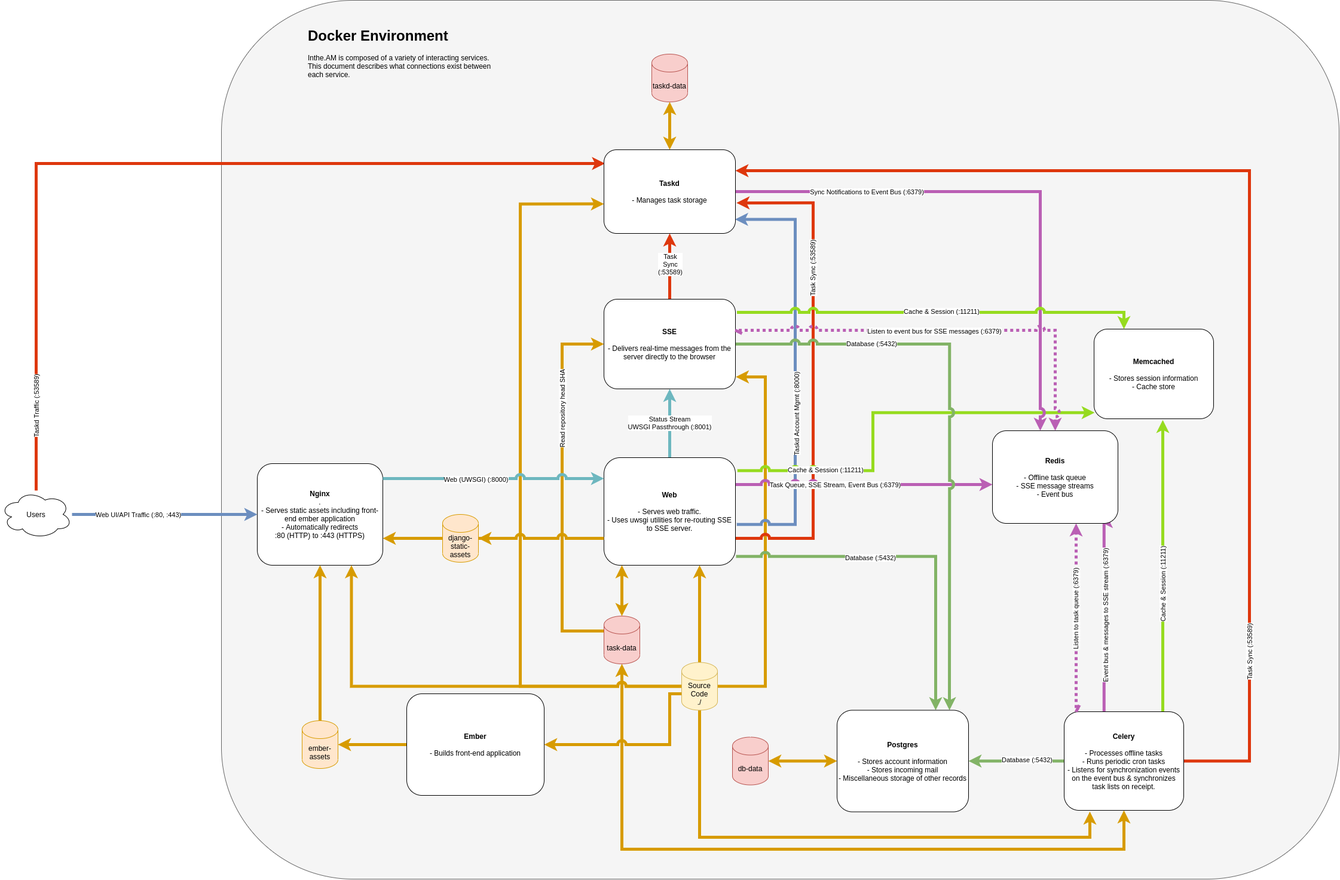
coddingtonbear/inthe.am keeps this draw.io diagram as docs/development/docker_diagram.png. Above is the earlier version. Source tidied: cells renumbered, new cells last; positions are measured from the earlier drawing's top-left corner, leaving out a move shared by most shapes.
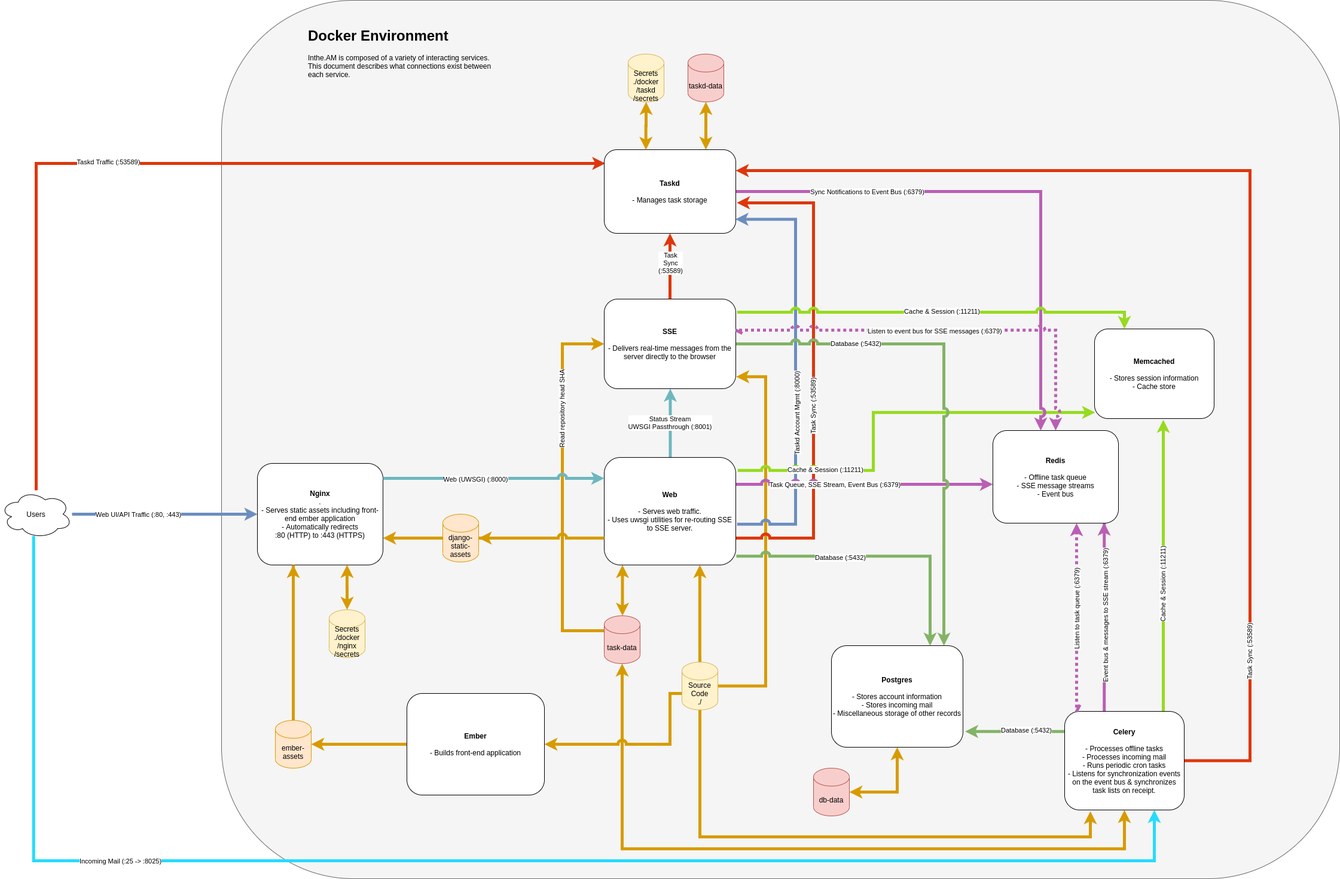
The same diagram one commit later.

Commit message:
Adding management command for receiving/processing incoming mail.

Diff of the diagram source:
```diff
@@ -36,7 +36,7 @@
     </mxCell>
     <mxCell id="7" value="Task Sync (:53589)" style="edgeLabel;html=1;align=center;verticalAlign=middle;horizontal=0;" parent="6" vertex="1">
       <mxGeometry x="-0.26" y="-4" relative="1" as="geometry">
-        <mxPoint x="4" y="-64.7" as="offset" />
+        <mxPoint x="4" y="164.6" as="offset" />
       </mxGeometry>
     </mxCell>
     <mxCell id="8" style="edgeStyle=orthogonalEdgeStyle;rounded=0;sketch=0;jettySize=auto;html=1;entryX=0.5;entryY=1;entryDx=0;entryDy=0;entryPerimeter=0;shadow=0;startArrow=classic;startFill=1;endArrow=classic;endFill=1;strokeWidth=5;fillColor=#ffe6cc;strokeColor=#d79b00;exitX=0.5;exitY=1;exitDx=0;exitDy=0;jumpStyle=arc;" parent="1" edge="1" source="49" target="35">
@@ -97,11 +97,24 @@
         </Array>
       </mxGeometry>
     </mxCell>
-    <mxCell id="17" value="Taskd Traffic (:53589)" style="edgeLabel;html=1;align=center;verticalAlign=middle;horizontal=0;" parent="16" vertex="1">
+    <mxCell id="17" value="Taskd Traffic (:53589)" style="edgeLabel;html=1;align=center;verticalAlign=middle;horizontal=1;rotation=0;" parent="16" vertex="1">
       <mxGeometry x="-0.31" y="-275" relative="1" as="geometry">
-        <mxPoint x="-275.1" y="376.4" as="offset" />
+        <mxPoint x="-155" y="-33.5" as="offset" />
       </mxGeometry>
     </mxCell>
+    <mxCell id="73" style="edgeStyle=orthogonalEdgeStyle;rounded=0;sketch=0;jettySize=auto;html=1;entryX=0.75;entryY=1;entryDx=0;entryDy=0;shadow=0;startArrow=none;startFill=0;endFill=1;strokeWidth=5;fillColor=#ffe6cc;exitX=0.465;exitY=0.957;exitDx=0;exitDy=0;exitPerimeter=0;strokeColor=#26DBFF;" parent="1" edge="1" source="18" target="49">
+      <mxGeometry relative="1" as="geometry">
+        <Array as="points">
+          <mxPoint x="56" y="1440" />
+          <mxPoint x="1930" y="1440" />
+        </Array>
+      </mxGeometry>
+    </mxCell>
+    <mxCell id="74" value="Incoming Mail (:25 -&amp;gt; :8025)" style="edgeLabel;html=1;align=center;verticalAlign=middle;rotation=0;" parent="73" vertex="1">
+      <mxGeometry x="-0.83" y="5" relative="1" as="geometry">
+        <mxPoint x="139.2" y="328.1" as="offset" />
+      </mxGeometry>
+    </mxCell>
     <mxCell id="18" value="Users" style="ellipse;shape=cloud;whiteSpace=wrap;html=1;" parent="1" vertex="1">
       <mxGeometry y="820" width="120" height="80" as="geometry" />
     </mxCell>
@@ -191,17 +204,6 @@
         </Array>
       </mxGeometry>
     </mxCell>
-    <mxCell id="37" style="edgeStyle=orthogonalEdgeStyle;rounded=0;sketch=0;jumpStyle=arc;jettySize=auto;html=1;entryX=0.75;entryY=1;entryDx=0;entryDy=0;shadow=0;startFill=0;endFill=1;strokeColor=#d79b00;strokeWidth=5;fillColor=#ffe6cc;" parent="1" edge="1" source="39" target="13">
-      <mxGeometry relative="1" as="geometry" />
-    </mxCell>
-    <mxCell id="38" style="edgeStyle=orthogonalEdgeStyle;rounded=0;sketch=0;jumpStyle=arc;jettySize=auto;html=1;entryX=0;entryY=0.647;entryDx=0;entryDy=0;entryPerimeter=0;shadow=0;startFill=0;endFill=1;strokeColor=#d79b00;strokeWidth=5;fillColor=#ffe6cc;" parent="1" edge="1" source="39" target="59">
-      <mxGeometry relative="1" as="geometry">
-        <Array as="points">
-          <mxPoint x="870" y="1148" />
-          <mxPoint x="870" y="341" />
-        </Array>
-      </mxGeometry>
-    </mxCell>
     <mxCell id="39" value="Source Code&lt;br&gt;./" style="shape=cylinder3;whiteSpace=wrap;html=1;boundedLbl=1;backgroundOutline=1;size=15;strokeColor=#d6b656;fillColor=#fff2cc;" parent="1" vertex="1">
       <mxGeometry x="1140" y="1107.5" width="60" height="80" as="geometry" />
     </mxCell>
@@ -221,7 +223,7 @@
         <mxPoint x="2" y="-47.2" as="offset" />
       </mxGeometry>
     </mxCell>
-    <mxCell id="43" style="edgeStyle=orthogonalEdgeStyle;rounded=0;sketch=0;jettySize=auto;html=1;entryX=1;entryY=0.5;entryDx=0;entryDy=0;shadow=0;startArrow=none;startFill=0;endArrow=classic;endFill=1;strokeWidth=5;fillColor=#d5e8d4;strokeColor=#82b366;exitX=0;exitY=0.5;exitDx=0;exitDy=0;" parent="1" edge="1" source="49" target="54">
+    <mxCell id="43" style="edgeStyle=orthogonalEdgeStyle;rounded=0;sketch=0;jettySize=auto;html=1;entryX=1.016;entryY=0.845;entryDx=0;entryDy=0;shadow=0;startArrow=none;startFill=0;endArrow=classic;endFill=1;strokeWidth=5;fillColor=#d5e8d4;strokeColor=#82b366;exitX=0.002;exitY=0.204;exitDx=0;exitDy=0;exitPerimeter=0;entryPerimeter=0;" parent="1" edge="1" source="49" target="54">
       <mxGeometry relative="1" as="geometry" />
     </mxCell>
     <mxCell id="44" value="Database (:5432)" style="edgeLabel;html=1;align=center;verticalAlign=middle;horizontal=1;" parent="43" vertex="1">
@@ -250,7 +252,7 @@
         <mxPoint y="32" as="offset" />
       </mxGeometry>
     </mxCell>
-    <mxCell id="49" value="&lt;b&gt;Celery&lt;/b&gt;&lt;br&gt;&lt;br&gt;- Processes offline tasks&lt;br&gt;- Runs periodic cron tasks&lt;br&gt;- Listens for synchronization events on the event bus &amp;amp; synchronizes task lists on receipt." style="rounded=1;whiteSpace=wrap;html=1;strokeColor=#000000;" parent="1" vertex="1">
+    <mxCell id="49" value="&lt;b&gt;Celery&lt;/b&gt;&lt;br&gt;&lt;br&gt;- Processes offline tasks&lt;br&gt;- Processes incoming mail&lt;br&gt;- Runs periodic cron tasks&lt;br&gt;- Listens for synchronization events on the event bus &amp;amp; synchronizes task lists on receipt." style="rounded=1;whiteSpace=wrap;html=1;strokeColor=#000000;" parent="1" vertex="1">
       <mxGeometry x="1780" y="1190" width="200" height="165" as="geometry" />
     </mxCell>
     <mxCell id="50" style="edgeStyle=elbowEdgeStyle;rounded=0;jettySize=auto;html=1;startArrow=classic;startFill=1;endArrow=openAsync;endFill=0;strokeWidth=5;fillColor=#d0cee2;strokeColor=#BA5FB4;shadow=0;sketch=0;dashed=1;dashPattern=1 1;" parent="1" edge="1" source="52" target="49">
@@ -274,13 +276,18 @@
       <mxGeometry relative="1" as="geometry" />
     </mxCell>
     <mxCell id="54" value="&lt;b&gt;Postgres&lt;/b&gt;&lt;br&gt;&lt;br&gt;- Stores account information&lt;br&gt;- Stores incoming mail&lt;br&gt;- Miscellaneous storage of other records" style="rounded=1;whiteSpace=wrap;html=1;strokeColor=#000000;" parent="1" vertex="1">
-      <mxGeometry x="1400" y="1187.5" width="220" height="170" as="geometry" />
+      <mxGeometry x="1390" y="1080" width="220" height="170" as="geometry" />
     </mxCell>
     <mxCell id="55" value="db-data" style="shape=cylinder3;whiteSpace=wrap;html=1;boundedLbl=1;backgroundOutline=1;size=15;strokeColor=#b85450;fillColor=#f8cecc;" parent="1" vertex="1">
-      <mxGeometry x="1225" y="1232.5" width="60" height="80" as="geometry" />
+      <mxGeometry x="1360" y="1285" width="60" height="80" as="geometry" />
     </mxCell>
     <mxCell id="56" style="edgeStyle=orthogonalEdgeStyle;rounded=0;sketch=0;jettySize=auto;html=1;shadow=0;startArrow=classic;startFill=1;endArrow=classic;endFill=1;strokeWidth=5;fillColor=#ffe6cc;strokeColor=#d79b00;" parent="1" edge="1" source="59" target="60">
-      <mxGeometry relative="1" as="geometry" />
+      <mxGeometry relative="1" as="geometry">
+        <Array as="points">
+          <mxPoint x="1180" y="220" />
+          <mxPoint x="1180" y="220" />
+        </Array>
+      </mxGeometry>
     </mxCell>
     <mxCell id="57" style="edgeStyle=orthogonalEdgeStyle;rounded=0;sketch=0;jettySize=auto;html=1;shadow=0;startArrow=none;startFill=0;endArrow=classic;endFill=1;strokeWidth=5;fillColor=#d0cee2;strokeColor=#BA5FB4;jumpStyle=arc;" parent="1" edge="1" source="59" target="52">
       <mxGeometry relative="1" as="geometry">
@@ -298,7 +305,7 @@
       <mxGeometry x="1010" y="250" width="220" height="140" as="geometry" />
     </mxCell>
     <mxCell id="60" value="taskd-data" style="shape=cylinder3;whiteSpace=wrap;html=1;boundedLbl=1;backgroundOutline=1;size=15;strokeColor=#b85450;fillColor=#f8cecc;" parent="1" vertex="1">
-      <mxGeometry x="1090" y="90" width="60" height="80" as="geometry" />
+      <mxGeometry x="1150" y="90" width="60" height="80" as="geometry" />
     </mxCell>
     <mxCell id="61" value="&lt;h1&gt;Docker Environment&lt;/h1&gt;&lt;p&gt;Inthe.AM is composed of a variety of interacting services.&amp;nbsp; This document describes what connections exist between each service.&lt;/p&gt;" style="text;html=1;strokeColor=none;fillColor=none;spacing=5;spacingTop=-20;whiteSpace=wrap;overflow=hidden;rounded=0;" parent="1" vertex="1">
       <mxGeometry x="510" y="40" width="320" height="120" as="geometry" />
@@ -309,11 +316,16 @@
     <mxCell id="63" value="&lt;b&gt;Ember&lt;/b&gt;&lt;br&gt;&lt;br&gt;- Builds front-end application" style="rounded=1;whiteSpace=wrap;html=1;" parent="1" vertex="1">
       <mxGeometry x="680" y="1160" width="230" height="170" as="geometry" />
     </mxCell>
-    <mxCell id="64" style="edgeStyle=orthogonalEdgeStyle;rounded=0;jettySize=auto;html=1;entryX=0.5;entryY=1;entryDx=0;entryDy=0;startArrow=none;startFill=0;endArrow=classic;endFill=1;strokeColor=#d79b00;strokeWidth=5;fillColor=#ffe6cc;" parent="1" edge="1" source="65" target="13">
-      <mxGeometry relative="1" as="geometry" />
+    <mxCell id="64" style="edgeStyle=orthogonalEdgeStyle;rounded=0;jettySize=auto;html=1;startArrow=none;startFill=0;endArrow=classic;endFill=1;strokeColor=#d79b00;strokeWidth=5;fillColor=#ffe6cc;" parent="1" edge="1" source="65">
+      <mxGeometry relative="1" as="geometry">
+        <mxPoint x="490" y="945" as="targetPoint" />
+        <Array as="points">
+          <mxPoint x="490" y="945" />
+        </Array>
+      </mxGeometry>
     </mxCell>
     <mxCell id="65" value="ember-assets" style="shape=cylinder3;whiteSpace=wrap;html=1;boundedLbl=1;backgroundOutline=1;size=15;strokeColor=#d79b00;fillColor=#ffe6cc;" parent="1" vertex="1">
-      <mxGeometry x="505" y="1205" width="60" height="80" as="geometry" />
+      <mxGeometry x="460" y="1205" width="60" height="80" as="geometry" />
     </mxCell>
     <mxCell id="66" style="edgeStyle=elbowEdgeStyle;rounded=0;sketch=0;jettySize=auto;html=1;shadow=0;startArrow=classic;startFill=1;endArrow=openAsync;endFill=0;strokeWidth=5;exitX=0.5;exitY=0;exitDx=0;exitDy=0;fillColor=#d0cee2;strokeColor=#BA5FB4;entryX=1;entryY=0.346;entryDx=0;entryDy=0;entryPerimeter=0;dashed=1;dashPattern=1 1;jumpStyle=arc;" parent="1" edge="1" source="52" target="34">
       <mxGeometry relative="1" as="geometry">
@@ -355,5 +367,17 @@
         <mxPoint x="28.3" as="offset" />
       </mxGeometry>
     </mxCell>
+    <mxCell id="75" style="edgeStyle=orthogonalEdgeStyle;rounded=0;jettySize=auto;html=1;shadow=0;strokeColor=#d79b00;strokeWidth=5;fillColor=#ffe6cc;endFill=1;startFill=1;startArrow=classic;sketch=0;entryX=0.317;entryY=0.002;entryDx=0;entryDy=0;entryPerimeter=0;" parent="1" edge="1" source="76" target="59">
+      <mxGeometry relative="1" as="geometry" />
+    </mxCell>
+    <mxCell id="76" value="Secrets&lt;br&gt;./docker&lt;br&gt;/taskd&lt;br&gt;/secrets" style="shape=cylinder3;whiteSpace=wrap;html=1;boundedLbl=1;backgroundOutline=1;size=15;fillColor=#fff2cc;strokeColor=#d6b656;" parent="1" vertex="1">
+      <mxGeometry x="1050" y="90" width="60" height="80" as="geometry" />
+    </mxCell>
+    <mxCell id="77" style="edgeStyle=orthogonalEdgeStyle;rounded=0;sketch=0;jettySize=auto;html=1;entryX=0.714;entryY=0.999;entryDx=0;entryDy=0;entryPerimeter=0;shadow=0;startArrow=classic;startFill=1;endFill=1;strokeColor=#d79b00;strokeWidth=5;fillColor=#ffe6cc;" parent="1" edge="1" source="78" target="13">
+      <mxGeometry relative="1" as="geometry" />
+    </mxCell>
+    <mxCell id="78" value="Secrets&lt;br&gt;./docker&lt;br&gt;/nginx&lt;br&gt;/secrets" style="shape=cylinder3;whiteSpace=wrap;html=1;boundedLbl=1;backgroundOutline=1;size=15;fillColor=#fff2cc;strokeColor=#d6b656;" parent="1" vertex="1">
+      <mxGeometry x="550" y="1020" width="60" height="80" as="geometry" />
+    </mxCell>
   </root>
 </mxGraphModel>
```
